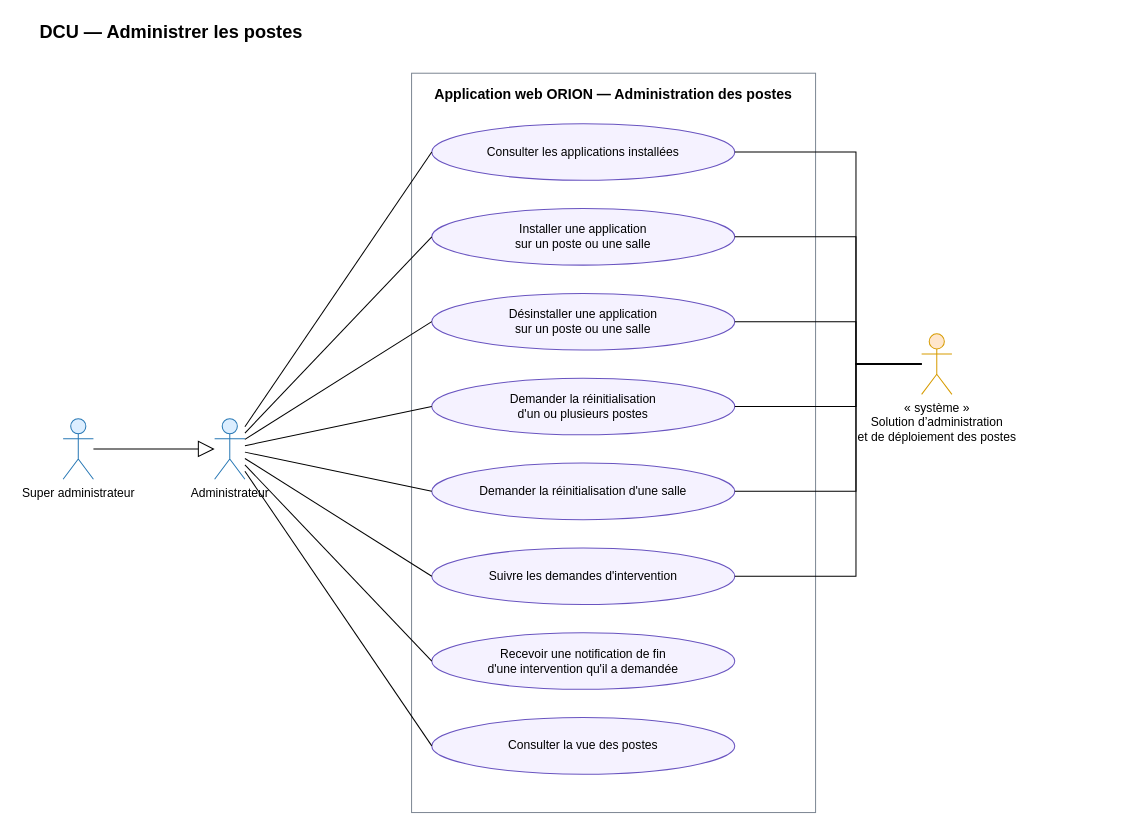
The draw.io diagram docs/02-ANALYSE/02-CAPTURE-DES-BESOINS/04-DCU-ADMINISTRATION-POSTES.drawio in bpierrelouis/aster, before the edit. Source tidied: cells renumbered, new cells numbered last; positions are measured from the earlier drawing's top-left corner, leaving out a move shared by most shapes. Both pictures are drawn from the tidied source at 101%, with x=0, y=0 at pixel (37, 17).
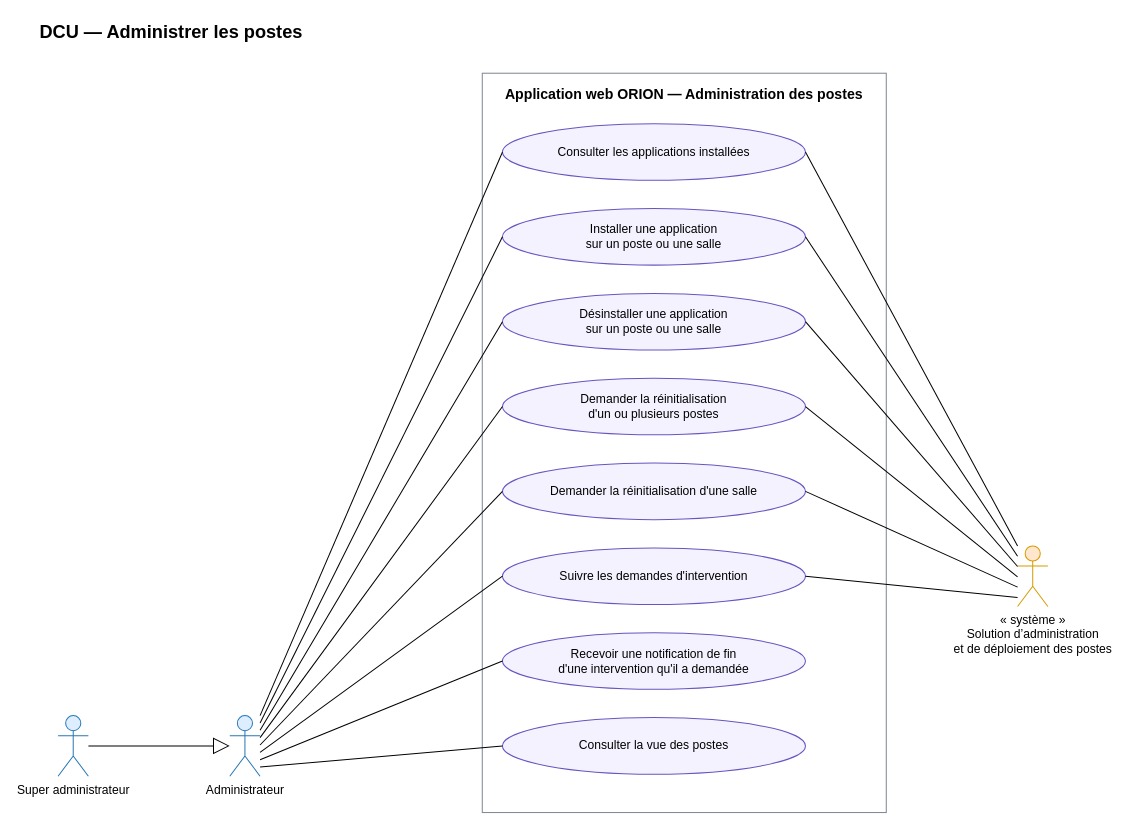
The same page after the edit.

Unchanged cells that the change refers to:
```xml
<mxCell id="4" value="Consulter les applications installées" style="ellipse;whiteSpace=wrap;html=1;fontSize=12;fillColor=#F5F2FF;strokeColor=#6954C0;" parent="3" vertex="1">
  <mxGeometry x="20" y="50" width="300" height="56" as="geometry" />
</mxCell>
<mxCell id="5" value="Installer une application&lt;br&gt;sur un poste ou une salle" style="ellipse;whiteSpace=wrap;html=1;fontSize=12;fillColor=#F5F2FF;strokeColor=#6954C0;" parent="3" vertex="1">
  <mxGeometry x="20" y="134" width="300" height="56" as="geometry" />
</mxCell>
<mxCell id="6" value="Désinstaller une application&lt;br&gt;sur un poste ou une salle" style="ellipse;whiteSpace=wrap;html=1;fontSize=12;fillColor=#F5F2FF;strokeColor=#6954C0;" parent="3" vertex="1">
  <mxGeometry x="20" y="218" width="300" height="56" as="geometry" />
</mxCell>
<mxCell id="7" value="Demander la réinitialisation&lt;br&gt;d'un ou plusieurs postes" style="ellipse;whiteSpace=wrap;html=1;fontSize=12;fillColor=#F5F2FF;strokeColor=#6954C0;" parent="3" vertex="1">
  <mxGeometry x="20" y="302" width="300" height="56" as="geometry" />
</mxCell>
<mxCell id="8" value="Demander la réinitialisation d'une salle" style="ellipse;whiteSpace=wrap;html=1;fontSize=12;fillColor=#F5F2FF;strokeColor=#6954C0;" parent="3" vertex="1">
  <mxGeometry x="20" y="386" width="300" height="56" as="geometry" />
</mxCell>
<mxCell id="9" value="Suivre les demandes d'intervention" style="ellipse;whiteSpace=wrap;html=1;fontSize=12;fillColor=#F5F2FF;strokeColor=#6954C0;" parent="3" vertex="1">
  <mxGeometry x="20" y="470" width="300" height="56" as="geometry" />
</mxCell>
<mxCell id="10" value="Recevoir une notification de fin&lt;br&gt;d'une intervention qu'il a demandée" style="ellipse;whiteSpace=wrap;html=1;fontSize=12;fillColor=#F5F2FF;strokeColor=#6954C0;" parent="3" vertex="1">
  <mxGeometry x="20" y="554" width="300" height="56" as="geometry" />
</mxCell>
<mxCell id="11" value="Consulter la vue des postes" style="ellipse;whiteSpace=wrap;html=1;fontSize=12;fillColor=#F5F2FF;strokeColor=#6954C0;" parent="3" vertex="1">
  <mxGeometry x="20" y="638" width="300" height="56" as="geometry" />
</mxCell>
```

What changed in the source:
```diff
@@
     <mxCell id="3" value="Application web ORION — Administration des postes" style="rounded=0;whiteSpace=wrap;html=1;verticalAlign=top;fontStyle=1;fontSize=14;fillColor=none;strokeColor=#7D8793;spacingTop=6;" parent="1" vertex="1">
-      <mxGeometry x="370" y="55" width="400" height="732" as="geometry" />
+      <mxGeometry x="440" y="55" width="400" height="732" as="geometry" />
     </mxCell>
@@
     <mxCell id="12" value="Administrateur" style="shape=umlActor;verticalLabelPosition=bottom;verticalAlign=top;html=1;outlineConnect=0;fontSize=12;fillColor=#DCEEFF;strokeColor=#2878B5;" parent="1" vertex="1">
-      <mxGeometry x="175" y="397" width="30" height="60" as="geometry" />
+      <mxGeometry x="190" y="691" width="30" height="60" as="geometry" />
     </mxCell>
     <mxCell id="13" value="Super administrateur" style="shape=umlActor;verticalLabelPosition=bottom;verticalAlign=top;html=1;outlineConnect=0;fontSize=12;fillColor=#DCEEFF;strokeColor=#2878B5;" parent="1" vertex="1">
-      <mxGeometry x="25" y="397" width="30" height="60" as="geometry" />
+      <mxGeometry x="20" y="691" width="30" height="60" as="geometry" />
     </mxCell>
     <mxCell id="14" value="« système »&lt;br&gt;Solution d’administration&lt;br&gt;et de déploiement des postes" style="shape=umlActor;verticalLabelPosition=bottom;verticalAlign=top;html=1;outlineConnect=0;fontSize=12;fillColor=#FFE6CC;strokeColor=#D79B00;" parent="1" vertex="1">
-      <mxGeometry x="875" y="313" width="30" height="60" as="geometry" />
+      <mxGeometry x="970" y="523" width="30" height="60" as="geometry" />
     </mxCell>
-    <mxCell id="15" style="endArrow=block;endFill=0;endSize=14;html=1;rounded=0;" parent="1" edge="1" source="13" target="12">
+    <mxCell id="15" style="endArrow=block;endFill=0;endSize=14;html=1;rounded=0;edgeStyle=none;exitX=1;exitY=0.5;exitDx=0;exitDy=0;exitPerimeter=0;entryX=0;entryY=0.5;entryDx=0;entryDy=0;entryPerimeter=0;" parent="1" edge="1" source="13" target="12">
       <mxGeometry relative="1" as="geometry" />
     </mxCell>
-    <mxCell id="16" style="endArrow=none;html=1;rounded=0;entryX=0;entryY=0.5;entryDx=0;entryDy=0;" parent="1" edge="1" source="12" target="4">
+    <mxCell id="16" style="endArrow=none;html=1;rounded=0;edgeStyle=none;exitX=1;exitY=0.0;exitDx=0;exitDy=0;exitPerimeter=0;entryX=0;entryY=0.5;entryDx=0;entryDy=0;entryPerimeter=0;" parent="1" edge="1" source="12" target="4">
       <mxGeometry relative="1" as="geometry" />
     </mxCell>
-    <mxCell id="17" style="endArrow=none;html=1;rounded=0;entryX=0;entryY=0.5;entryDx=0;entryDy=0;" parent="1" edge="1" source="12" target="5">
+    <mxCell id="17" style="endArrow=none;html=1;rounded=0;edgeStyle=none;exitX=1;exitY=0.12142857142857143;exitDx=0;exitDy=0;exitPerimeter=0;entryX=0;entryY=0.5;entryDx=0;entryDy=0;entryPerimeter=0;" parent="1" edge="1" source="12" target="5">
       <mxGeometry relative="1" as="geometry" />
     </mxCell>
-    <mxCell id="18" style="endArrow=none;html=1;rounded=0;entryX=0;entryY=0.5;entryDx=0;entryDy=0;" parent="1" edge="1" source="12" target="6">
+    <mxCell id="18" style="endArrow=none;html=1;rounded=0;edgeStyle=none;exitX=1;exitY=0.24285714285714285;exitDx=0;exitDy=0;exitPerimeter=0;entryX=0;entryY=0.5;entryDx=0;entryDy=0;entryPerimeter=0;" parent="1" edge="1" source="12" target="6">
       <mxGeometry relative="1" as="geometry" />
     </mxCell>
-    <mxCell id="19" style="endArrow=none;html=1;rounded=0;entryX=0;entryY=0.5;entryDx=0;entryDy=0;" parent="1" edge="1" source="12" target="7">
+    <mxCell id="19" style="endArrow=none;html=1;rounded=0;edgeStyle=none;exitX=1;exitY=0.36428571428571427;exitDx=0;exitDy=0;exitPerimeter=0;entryX=0;entryY=0.5;entryDx=0;entryDy=0;entryPerimeter=0;" parent="1" edge="1" source="12" target="7">
       <mxGeometry relative="1" as="geometry" />
     </mxCell>
-    <mxCell id="20" style="endArrow=none;html=1;rounded=0;entryX=0;entryY=0.5;entryDx=0;entryDy=0;" parent="1" edge="1" source="12" target="8">
+    <mxCell id="20" style="endArrow=none;html=1;rounded=0;edgeStyle=none;exitX=1;exitY=0.4857142857142857;exitDx=0;exitDy=0;exitPerimeter=0;entryX=0;entryY=0.5;entryDx=0;entryDy=0;entryPerimeter=0;" parent="1" edge="1" source="12" target="8">
       <mxGeometry relative="1" as="geometry" />
     </mxCell>
-    <mxCell id="21" style="endArrow=none;html=1;rounded=0;entryX=0;entryY=0.5;entryDx=0;entryDy=0;" parent="1" edge="1" source="12" target="9">
+    <mxCell id="21" style="endArrow=none;html=1;rounded=0;edgeStyle=none;exitX=1;exitY=0.6071428571428571;exitDx=0;exitDy=0;exitPerimeter=0;entryX=0;entryY=0.5;entryDx=0;entryDy=0;entryPerimeter=0;" parent="1" edge="1" source="12" target="9">
       <mxGeometry relative="1" as="geometry" />
     </mxCell>
-    <mxCell id="22" style="endArrow=none;html=1;rounded=0;entryX=0;entryY=0.5;entryDx=0;entryDy=0;" parent="1" edge="1" source="12" target="10">
+    <mxCell id="22" style="endArrow=none;html=1;rounded=0;edgeStyle=none;exitX=1;exitY=0.7285714285714285;exitDx=0;exitDy=0;exitPerimeter=0;entryX=0;entryY=0.5;entryDx=0;entryDy=0;entryPerimeter=0;" parent="1" edge="1" source="12" target="10">
       <mxGeometry relative="1" as="geometry" />
     </mxCell>
-    <mxCell id="23" style="endArrow=none;html=1;rounded=0;entryX=0;entryY=0.5;entryDx=0;entryDy=0;" parent="1" edge="1" source="12" target="11">
+    <mxCell id="23" style="endArrow=none;html=1;rounded=0;edgeStyle=none;exitX=1;exitY=0.85;exitDx=0;exitDy=0;exitPerimeter=0;entryX=0;entryY=0.5;entryDx=0;entryDy=0;entryPerimeter=0;" parent="1" edge="1" source="12" target="11">
       <mxGeometry relative="1" as="geometry" />
     </mxCell>
-    <mxCell id="24" style="endArrow=none;html=1;rounded=0;exitX=1;exitY=0.5;exitDx=0;exitDy=0;edgeStyle=orthogonalEdgeStyle;" parent="1" edge="1" source="4" target="14">
-      <mxGeometry relative="1" as="geometry">
-        <Array as="points">
-          <mxPoint x="810" y="133" />
-          <mxPoint x="810" y="343" />
-        </Array>
-      </mxGeometry>
+    <mxCell id="24" style="endArrow=none;html=1;rounded=0;edgeStyle=none;exitX=1;exitY=0.5;exitDx=0;exitDy=0;exitPerimeter=0;entryX=0;entryY=0.0;entryDx=0;entryDy=0;entryPerimeter=0;" parent="1" edge="1" source="4" target="14">
+      <mxGeometry relative="1" as="geometry" />
     </mxCell>
-    <mxCell id="25" style="endArrow=none;html=1;rounded=0;exitX=1;exitY=0.5;exitDx=0;exitDy=0;edgeStyle=orthogonalEdgeStyle;" parent="1" edge="1" source="5" target="14">
-      <mxGeometry relative="1" as="geometry">
-        <Array as="points">
-          <mxPoint x="810" y="217" />
-          <mxPoint x="810" y="343" />
-        </Array>
-      </mxGeometry>
+    <mxCell id="25" style="endArrow=none;html=1;rounded=0;edgeStyle=none;exitX=1;exitY=0.5;exitDx=0;exitDy=0;exitPerimeter=0;entryX=0;entryY=0.16999999999999998;entryDx=0;entryDy=0;entryPerimeter=0;" parent="1" edge="1" source="5" target="14">
+      <mxGeometry relative="1" as="geometry" />
     </mxCell>
-    <mxCell id="26" style="endArrow=none;html=1;rounded=0;exitX=1;exitY=0.5;exitDx=0;exitDy=0;edgeStyle=orthogonalEdgeStyle;" parent="1" edge="1" source="6" target="14">
-      <mxGeometry relative="1" as="geometry">
-        <Array as="points">
-          <mxPoint x="810" y="301" />
-          <mxPoint x="810" y="343" />
-        </Array>
-      </mxGeometry>
+    <mxCell id="26" style="endArrow=none;html=1;rounded=0;edgeStyle=none;exitX=1;exitY=0.5;exitDx=0;exitDy=0;exitPerimeter=0;entryX=0;entryY=0.33999999999999997;entryDx=0;entryDy=0;entryPerimeter=0;" parent="1" edge="1" source="6" target="14">
+      <mxGeometry relative="1" as="geometry" />
     </mxCell>
-    <mxCell id="27" style="endArrow=none;html=1;rounded=0;exitX=1;exitY=0.5;exitDx=0;exitDy=0;edgeStyle=orthogonalEdgeStyle;" parent="1" edge="1" source="7" target="14">
-      <mxGeometry relative="1" as="geometry">
-        <Array as="points">
-          <mxPoint x="810" y="385" />
-          <mxPoint x="810" y="343" />
-        </Array>
-      </mxGeometry>
+    <mxCell id="27" style="endArrow=none;html=1;rounded=0;edgeStyle=none;exitX=1;exitY=0.5;exitDx=0;exitDy=0;exitPerimeter=0;entryX=0;entryY=0.51;entryDx=0;entryDy=0;entryPerimeter=0;" parent="1" edge="1" source="7" target="14">
+      <mxGeometry relative="1" as="geometry" />
     </mxCell>
-    <mxCell id="28" style="endArrow=none;html=1;rounded=0;exitX=1;exitY=0.5;exitDx=0;exitDy=0;edgeStyle=orthogonalEdgeStyle;" parent="1" edge="1" source="8" target="14">
-      <mxGeometry relative="1" as="geometry">
-        <Array as="points">
-          <mxPoint x="810" y="469" />
-          <mxPoint x="810" y="343" />
-        </Array>
-      </mxGeometry>
+    <mxCell id="28" style="endArrow=none;html=1;rounded=0;edgeStyle=none;exitX=1;exitY=0.5;exitDx=0;exitDy=0;exitPerimeter=0;entryX=0;entryY=0.6799999999999999;entryDx=0;entryDy=0;entryPerimeter=0;" parent="1" edge="1" source="8" target="14">
+      <mxGeometry relative="1" as="geometry" />
     </mxCell>
-    <mxCell id="29" style="endArrow=none;html=1;rounded=0;exitX=1;exitY=0.5;exitDx=0;exitDy=0;edgeStyle=orthogonalEdgeStyle;" parent="1" edge="1" source="9" target="14">
-      <mxGeometry relative="1" as="geometry">
-        <Array as="points">
-          <mxPoint x="810" y="553" />
-          <mxPoint x="810" y="343" />
-        </Array>
-      </mxGeometry>
+    <mxCell id="29" style="endArrow=none;html=1;rounded=0;edgeStyle=none;exitX=1;exitY=0.5;exitDx=0;exitDy=0;exitPerimeter=0;entryX=0;entryY=0.85;entryDx=0;entryDy=0;entryPerimeter=0;" parent="1" edge="1" source="9" target="14">
+      <mxGeometry relative="1" as="geometry" />
     </mxCell>
```
